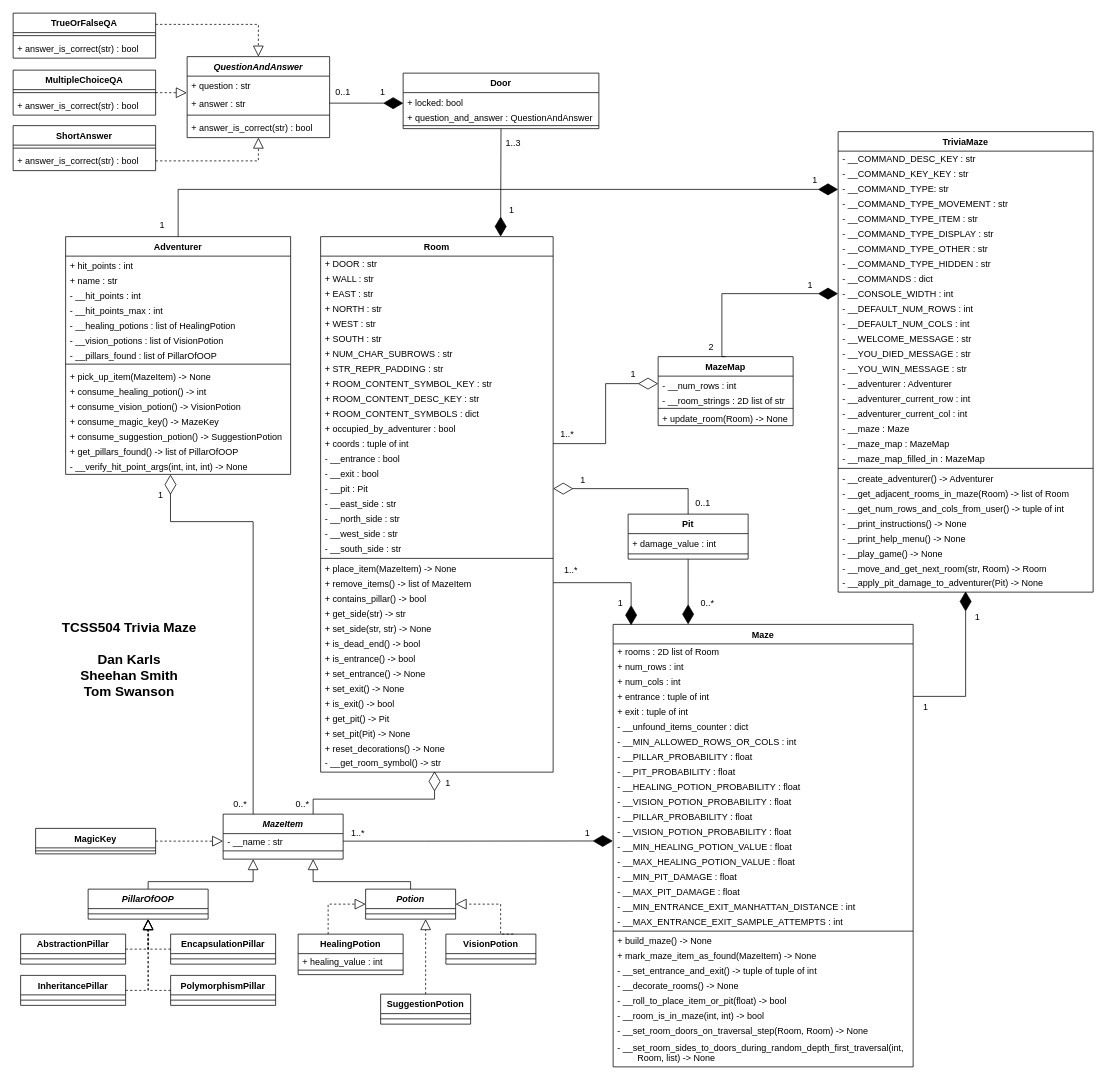
The draw.io diagram doc/UML.drawio in dskarls/TCSS504-Trivia-Maze, before the edit. Source tidied: cells renumbered, new cells numbered last; positions are measured from the earlier drawing's top-left corner, leaving out a move shared by most shapes. Both pictures are drawn from the tidied source at 75%, with x=0, y=0 at pixel (13, 13).
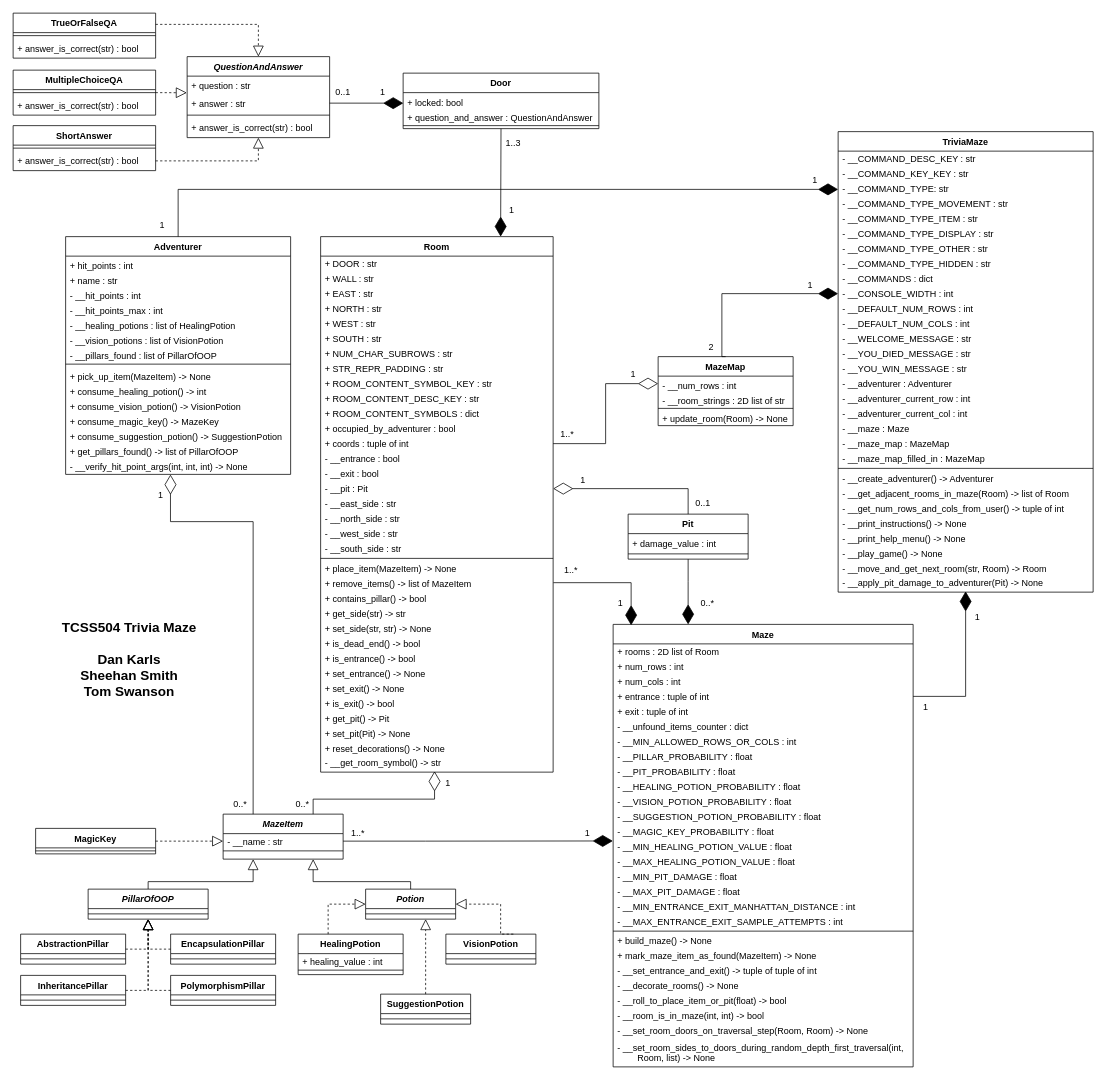
After the change.

Commit message:
DOC: Add probabilities for suggestion potion, magic key to Maze in UML

Unchanged cells that the change refers to:
```xml
<mxCell id="26" value="Maze" style="swimlane;fontStyle=1;align=center;verticalAlign=top;horizontal=1;startSize=26;" parent="1" vertex="1">
  <mxGeometry x="800" y="815" width="400" height="590" as="geometry" />
</mxCell>
```

Diff of the diagram source:
```diff
@@
-    <mxCell id="38" value="- __PILLAR_PROBABILITY : float" style="text;strokeColor=none;fillColor=none;align=left;verticalAlign=middle;spacingLeft=4;spacingRight=4;overflow=hidden;" parent="26" vertex="1">
-      <mxGeometry y="246" width="400" height="20" as="geometry" />
-    </mxCell>
-    <mxCell id="39" value="- __VISION_POTION_PROBABILITY : float" style="text;strokeColor=none;fillColor=none;align=left;verticalAlign=middle;spacingLeft=4;spacingRight=4;overflow=hidden;" parent="26" vertex="1">
-      <mxGeometry y="266" width="400" height="20" as="geometry" />
-    </mxCell>
+    <mxCell id="214" value="- __SUGGESTION_POTION_PROBABILITY : float" style="text;strokeColor=none;fillColor=none;align=left;verticalAlign=middle;spacingLeft=4;spacingRight=4;overflow=hidden;" parent="26" vertex="1">
+      <mxGeometry y="246" width="400" height="20" as="geometry" />
+    </mxCell>
+    <mxCell id="215" value="- __MAGIC_KEY_PROBABILITY : float" style="text;strokeColor=none;fillColor=none;align=left;verticalAlign=middle;spacingLeft=4;spacingRight=4;overflow=hidden;" parent="26" vertex="1">
+      <mxGeometry y="266" width="400" height="20" as="geometry" />
+    </mxCell>
```
